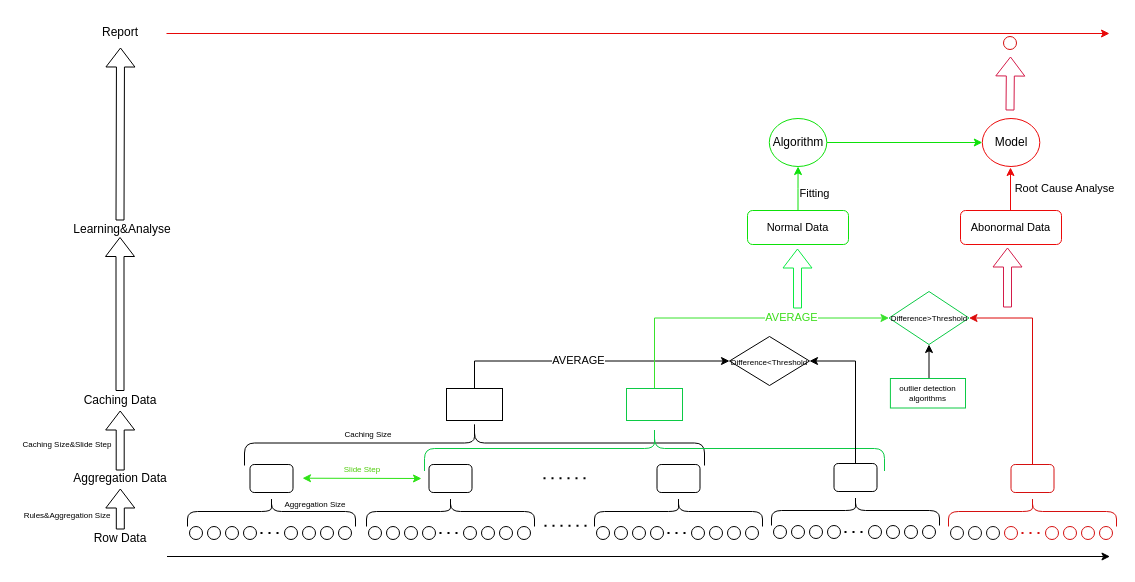
The draw.io diagram 未命名绘图.drawio in LiLiJacky/graphData, before the edit. Source tidied: cells renumbered, new cells numbered last; positions are measured from the earlier drawing's top-left corner, leaving out a move shared by most shapes. Both pictures are drawn from the tidied source at 100%, with x=0, y=0 at pixel (17, 17).
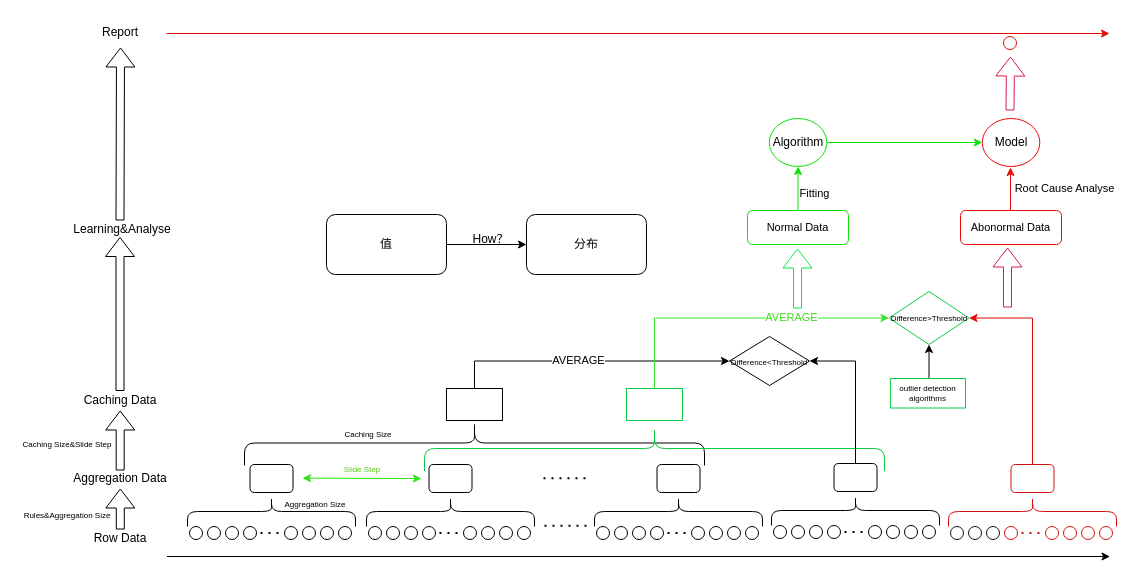
The same page after the edit.

Commit message:
更新未命名绘图.drawio

The edit, as a diff of the source:
```diff
@@
+    <mxCell id="103" style="edgeStyle=orthogonalEdgeStyle;rounded=0;jettySize=auto;html=1;" parent="1" edge="1" source="104" target="105">
+      <mxGeometry relative="1" as="geometry" />
+    </mxCell>
+    <mxCell id="104" value="值" style="rounded=1;whiteSpace=wrap;html=1;" parent="1" vertex="1">
+      <mxGeometry x="309" y="197" width="120" height="60" as="geometry" />
+    </mxCell>
+    <mxCell id="105" value="分布" style="rounded=1;whiteSpace=wrap;html=1;" parent="1" vertex="1">
+      <mxGeometry x="509" y="197" width="120" height="60" as="geometry" />
+    </mxCell>
+    <mxCell id="106" value="How？" style="text;html=1;align=center;verticalAlign=middle;strokeColor=none;fillColor=none;" parent="1" vertex="1">
+      <mxGeometry x="446" y="209" width="54" height="26" as="geometry" />
+    </mxCell>
```
